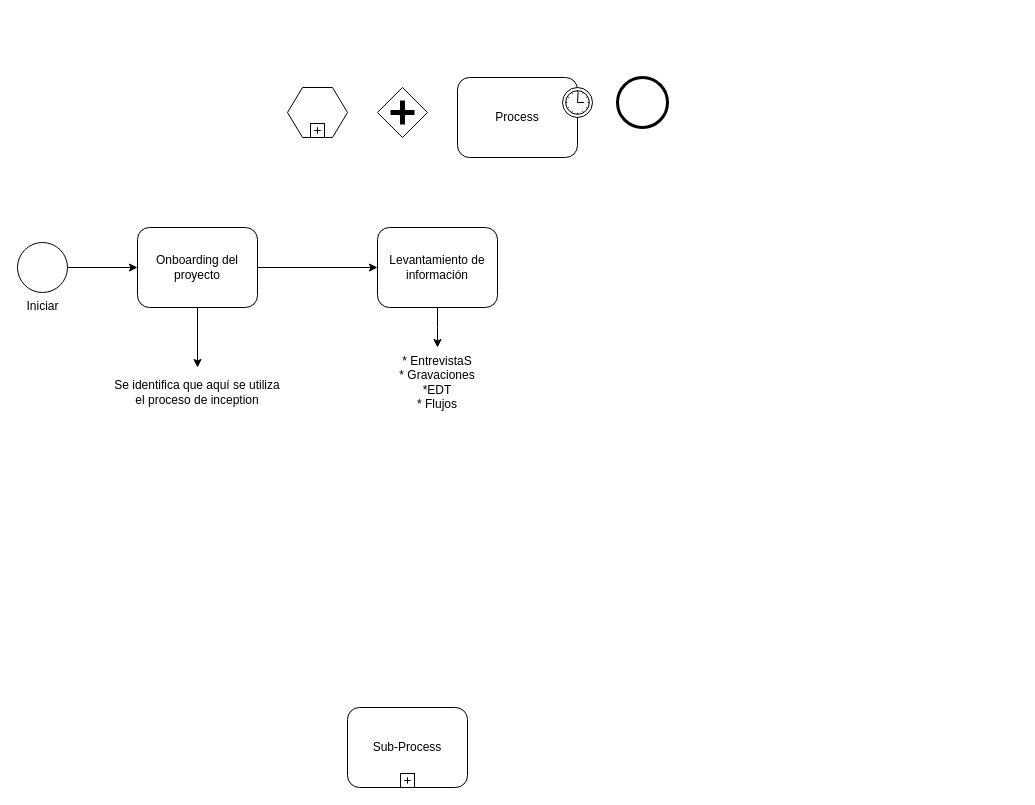
Earlier version of the draw.io diagram Diagrama sin título.drawio (YOviedo-2402/hello-git). Source tidied: cells renumbered, new cells numbered last; positions are measured from the earlier drawing's top-left corner, leaving out a move shared by most shapes. Both pictures are drawn from the tidied source at 100%, with x=0, y=0 at pixel (17, 77).
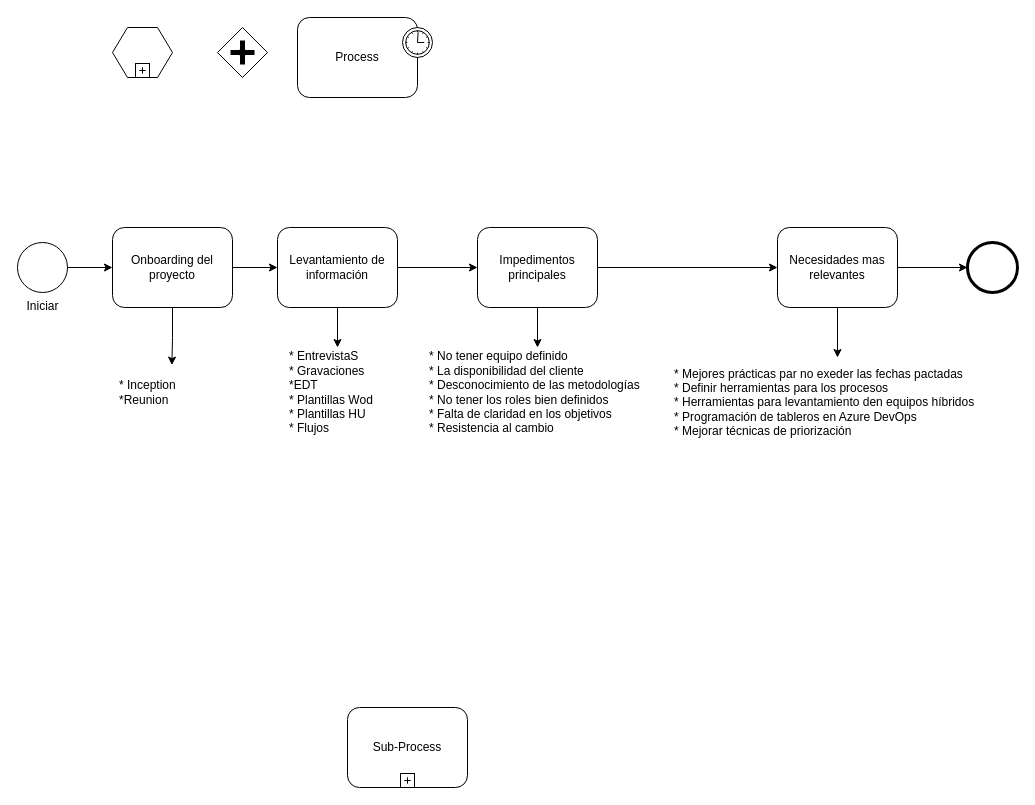
After the change.

What changed in the source:
```diff
@@
     <mxCell id="3" value="Onboarding del proyecto" style="shape=ext;rounded=1;html=1;whiteSpace=wrap;" parent="1" vertex="1">
-      <mxGeometry x="120" y="150" width="120" height="80" as="geometry" />
+      <mxGeometry x="95" y="150" width="120" height="80" as="geometry" />
     </mxCell>
+    <mxCell id="19" style="edgeStyle=orthogonalEdgeStyle;rounded=0;jettySize=auto;html=1;" parent="1" edge="1" source="4" target="22">
+      <mxGeometry relative="1" as="geometry" />
+    </mxCell>
     <mxCell id="4" value="Levantamiento de información" style="shape=ext;rounded=1;html=1;whiteSpace=wrap;" parent="1" vertex="1">
-      <mxGeometry x="360" y="150" width="120" height="80" as="geometry" />
+      <mxGeometry x="260" y="150" width="120" height="80" as="geometry" />
     </mxCell>
     <mxCell id="5" style="shape=hexagon;whiteSpace=wrap;html=1;perimeter=hexagonPerimeter;" parent="1" vertex="1">
-      <mxGeometry x="270" y="10" width="60" height="50" as="geometry" />
+      <mxGeometry x="95" y="-50" width="60" height="50" as="geometry" />
     </mxCell>
@@
     <mxCell id="7" style="shape=mxgraph.bpmn.shape;html=1;verticalLabelPosition=bottom;labelBackgroundColor=#ffffff;verticalAlign=top;perimeter=ellipsePerimeter;outline=end;symbol=general;" parent="1" vertex="1">
-      <mxGeometry x="600" width="50" height="50" as="geometry" />
+      <mxGeometry x="950" y="165" width="50" height="50" as="geometry" />
     </mxCell>
@@
-    <mxCell id="10" style="edgeStyle=orthogonalEdgeStyle;rounded=0;html=1;jettySize=auto;" parent="1" edge="1" source="4">
-      <mxGeometry relative="1" as="geometry">
-        <mxPoint x="420" y="270" as="targetPoint" />
-      </mxGeometry>
+    <mxCell id="10" style="edgeStyle=orthogonalEdgeStyle;rounded=0;html=1;jettySize=auto;entryX=0.5;entryY=0;entryDx=0;entryDy=0;" parent="1" edge="1" source="4" target="18">
+      <mxGeometry relative="1" as="geometry" />
     </mxCell>
-    <mxCell id="11" style="edgeStyle=orthogonalEdgeStyle;rounded=0;jettySize=auto;html=1;" parent="1" edge="1" source="3" target="12">
+    <mxCell id="11" style="edgeStyle=orthogonalEdgeStyle;rounded=0;jettySize=auto;html=1;entryX=0.435;entryY=-0.048;entryDx=0;entryDy=0;entryPerimeter=0;" parent="1" edge="1" source="3" target="12">
       <mxGeometry relative="1" as="geometry" />
     </mxCell>
-    <mxCell id="12" value="Se identifica que aquí se utiliza el proceso de inception" style="text;html=1;align=center;verticalAlign=middle;whiteSpace=wrap;rounded=0;" parent="1" vertex="1">
-      <mxGeometry x="95" y="290" width="170" height="50" as="geometry" />
+    <mxCell id="12" value="* Inception&lt;div&gt;*Reunion&lt;/div&gt;" style="text;html=1;align=left;verticalAlign=middle;whiteSpace=wrap;rounded=0;" parent="1" vertex="1">
+      <mxGeometry x="100" y="290" width="125" height="50" as="geometry" />
     </mxCell>
     <mxCell id="13" style="shape=mxgraph.bpmn.shape;html=1;verticalLabelPosition=bottom;labelBackgroundColor=#ffffff;verticalAlign=top;perimeter=rhombusPerimeter;background=gateway;outline=none;symbol=parallelGw;" parent="1" vertex="1">
-      <mxGeometry x="360" y="10" width="50" height="50" as="geometry" />
+      <mxGeometry x="200" y="-50" width="50" height="50" as="geometry" />
     </mxCell>
     <mxCell id="14" value="Process" style="html=1;whiteSpace=wrap;rounded=1;" parent="1" vertex="1">
-      <mxGeometry x="440" width="120" height="80" as="geometry" />
+      <mxGeometry x="280" y="-60" width="120" height="80" as="geometry" />
     </mxCell>
@@
-    <mxCell id="18" value="* EntrevistaS&lt;div&gt;* Gravaciones&lt;/div&gt;&lt;div&gt;*EDT&lt;/div&gt;&lt;div&gt;* Flujos&lt;/div&gt;" style="text;html=1;align=center;verticalAlign=middle;whiteSpace=wrap;rounded=0;" parent="1" vertex="1">
-      <mxGeometry x="370" y="270" width="100" height="70" as="geometry" />
+    <mxCell id="18" value="* EntrevistaS&lt;div&gt;* Gravaciones&lt;/div&gt;&lt;div&gt;*EDT&lt;/div&gt;&lt;div&gt;* Plantillas Wod&lt;/div&gt;&lt;div&gt;* Plantillas HU&lt;/div&gt;&lt;div&gt;* Flujos&lt;/div&gt;" style="text;html=1;align=left;verticalAlign=middle;whiteSpace=wrap;rounded=0;" parent="1" vertex="1">
+      <mxGeometry x="270" y="270" width="100" height="90" as="geometry" />
     </mxCell>
+    <mxCell id="20" style="edgeStyle=orthogonalEdgeStyle;rounded=0;jettySize=auto;html=1;" parent="1" edge="1" source="22" target="23">
+      <mxGeometry relative="1" as="geometry" />
+    </mxCell>
+    <mxCell id="21" style="edgeStyle=orthogonalEdgeStyle;rounded=0;jettySize=auto;html=1;" parent="1" edge="1" source="22" target="26">
+      <mxGeometry relative="1" as="geometry" />
+    </mxCell>
+    <mxCell id="22" value="Impedimentos principales" style="shape=ext;rounded=1;html=1;whiteSpace=wrap;" parent="1" vertex="1">
+      <mxGeometry x="460" y="150" width="120" height="80" as="geometry" />
+    </mxCell>
+    <mxCell id="23" value="* No tener equipo definido&lt;div&gt;* La disponibilidad del cliente&lt;/div&gt;&lt;div&gt;* Desconocimiento de las metodologías&lt;/div&gt;&lt;div&gt;* No tener los roles bien definidos&lt;/div&gt;&lt;div&gt;* Falta de claridad en los objetivos&lt;/div&gt;&lt;div&gt;* Resistencia al cambio&lt;/div&gt;" style="text;html=1;align=left;verticalAlign=middle;whiteSpace=wrap;rounded=0;" parent="1" vertex="1">
+      <mxGeometry x="410" y="270" width="220" height="90" as="geometry" />
+    </mxCell>
+    <mxCell id="24" style="edgeStyle=orthogonalEdgeStyle;rounded=0;jettySize=auto;html=1;" parent="1" edge="1" source="26" target="27">
+      <mxGeometry relative="1" as="geometry" />
+    </mxCell>
+    <mxCell id="25" style="edgeStyle=orthogonalEdgeStyle;rounded=0;jettySize=auto;html=1;" parent="1" edge="1" source="26" target="7">
+      <mxGeometry relative="1" as="geometry" />
+    </mxCell>
+    <mxCell id="26" value="Necesidades mas relevantes" style="shape=ext;rounded=1;html=1;whiteSpace=wrap;" parent="1" vertex="1">
+      <mxGeometry x="760" y="150" width="120" height="80" as="geometry" />
+    </mxCell>
+    <mxCell id="27" value="* Mejores prácticas par no exeder las fechas pactadas&lt;div&gt;* Definir herramientas para los procesos&lt;/div&gt;&lt;div&gt;* Herramientas para levantamiento den equipos híbridos&lt;/div&gt;&lt;div&gt;* Programación de tableros en Azure DevOps&lt;/div&gt;&lt;div&gt;* Mejorar técnicas de priorización&lt;/div&gt;" style="text;html=1;align=left;verticalAlign=middle;whiteSpace=wrap;rounded=0;" parent="1" vertex="1">
+      <mxGeometry x="655" y="280" width="330" height="90" as="geometry" />
+    </mxCell>
```
